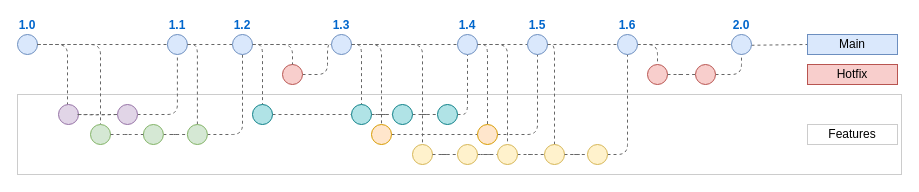
The draw.io diagram page "feature flags in tags" (1 of 4) of blog/gitflow-feature-flags.drawio in jgraph/drawio-diagrams, before the edit. Source tidied: cells renumbered, new cells numbered last; positions are measured from the earlier drawing's top-left corner, leaving out a move shared by most shapes. Both pictures are drawn from the tidied source at 100%, with x=0, y=0 at pixel (17, 34).
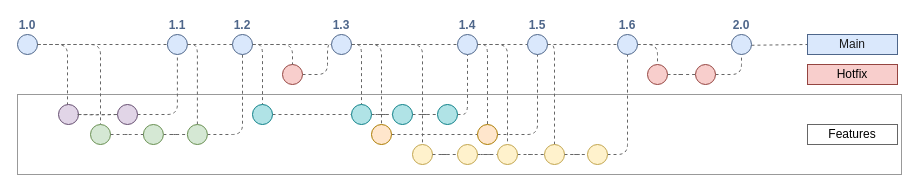
After the change.

The edit, as a diff of the source:
```diff
@@
-    <mxCell id="2" style="rounded=0;whiteSpace=wrap;html=1;fontFamily=Helvetica;fontSize=11;fillColor=none;strokeColor=#CCCCCC;" parent="1" vertex="1">
+    <mxCell id="2" style="rounded=0;whiteSpace=wrap;html=1;fontFamily=Helvetica;fontSize=11;fillColor=none;strokeColor=#999999;" parent="1" vertex="1">
       <mxGeometry y="60" width="884" height="80" as="geometry" />
     </mxCell>
@@
-    <mxCell id="4" value="1.0" style="ellipse;whiteSpace=wrap;html=1;fillColor=#dae8fc;strokeColor=#6c8ebf;fontStyle=1;labelPosition=center;verticalLabelPosition=top;align=center;verticalAlign=bottom;fontColor=#0066CC;" parent="1" vertex="1">
+    <mxCell id="4" value="1.0" style="ellipse;whiteSpace=wrap;html=1;fillColor=#dae8fc;strokeColor=#4E668A;fontStyle=1;labelPosition=center;verticalLabelPosition=top;align=center;verticalAlign=bottom;fontColor=#4E668A;" parent="1" vertex="1">
       <mxGeometry width="20" height="20" as="geometry" />
     </mxCell>
-    <mxCell id="5" value="Main" style="text;html=1;strokeColor=#6c8ebf;fillColor=#dae8fc;align=center;verticalAlign=middle;whiteSpace=wrap;rounded=0;" parent="1" vertex="1">
+    <mxCell id="5" value="Main" style="text;html=1;strokeColor=#4E668A;fillColor=#dae8fc;align=center;verticalAlign=middle;whiteSpace=wrap;rounded=0;fontColor=#1A1A1A;" parent="1" vertex="1">
       <mxGeometry x="790" width="90" height="20" as="geometry" />
     </mxCell>
@@
-    <mxCell id="8" style="ellipse;whiteSpace=wrap;html=1;fillColor=#f8cecc;strokeColor=#b85450;" parent="1" vertex="1">
+    <mxCell id="8" style="ellipse;whiteSpace=wrap;html=1;fillColor=#f8cecc;strokeColor=#944440;" parent="1" vertex="1">
       <mxGeometry x="265" y="30" width="20" height="20" as="geometry" />
     </mxCell>
@@
-    <mxCell id="10" value="Hotfix" style="text;html=1;strokeColor=#b85450;fillColor=#f8cecc;align=center;verticalAlign=middle;whiteSpace=wrap;rounded=0;" parent="1" vertex="1">
+    <mxCell id="10" value="Hotfix" style="text;html=1;strokeColor=#944440;fillColor=#f8cecc;align=center;verticalAlign=middle;whiteSpace=wrap;rounded=0;" parent="1" vertex="1">
       <mxGeometry x="790" y="30" width="90" height="20" as="geometry" />
     </mxCell>
@@
-    <mxCell id="13" value="2.0" style="ellipse;whiteSpace=wrap;html=1;fillColor=#dae8fc;strokeColor=#6c8ebf;fontStyle=1;labelPosition=center;verticalLabelPosition=top;align=center;verticalAlign=bottom;fontColor=#0066CC;" parent="1" vertex="1">
+    <mxCell id="13" value="2.0" style="ellipse;whiteSpace=wrap;html=1;fillColor=#dae8fc;strokeColor=#4E668A;fontStyle=1;labelPosition=center;verticalLabelPosition=top;align=center;verticalAlign=bottom;fontColor=#4E668A;" parent="1" vertex="1">
       <mxGeometry x="714" width="20" height="20" as="geometry" />
     </mxCell>
@@
-    <mxCell id="16" style="ellipse;whiteSpace=wrap;html=1;fontSize=10;fillColor=#e1d5e7;strokeColor=#9673a6;" parent="1" vertex="1">
+    <mxCell id="16" style="ellipse;whiteSpace=wrap;html=1;fontSize=10;fillColor=#e1d5e7;strokeColor=#654E70;" parent="1" vertex="1">
       <mxGeometry x="100" y="70" width="20" height="20" as="geometry" />
     </mxCell>
-    <mxCell id="17" style="ellipse;whiteSpace=wrap;html=1;fontSize=10;fillColor=#d5e8d4;strokeColor=#82b366;" parent="1" vertex="1">
+    <mxCell id="17" style="ellipse;whiteSpace=wrap;html=1;fontSize=10;fillColor=#d5e8d4;strokeColor=#688F51;" parent="1" vertex="1">
       <mxGeometry x="73" y="90" width="20" height="20" as="geometry" />
     </mxCell>
@@
-    <mxCell id="19" style="ellipse;whiteSpace=wrap;html=1;fontSize=10;fillColor=#d5e8d4;strokeColor=#82b366;" parent="1" vertex="1">
+    <mxCell id="19" style="ellipse;whiteSpace=wrap;html=1;fontSize=10;fillColor=#d5e8d4;strokeColor=#688F51;" parent="1" vertex="1">
       <mxGeometry x="125.9" y="90" width="20" height="20" as="geometry" />
     </mxCell>
@@
-    <mxCell id="22" style="ellipse;whiteSpace=wrap;html=1;fontSize=10;fillColor=#d5e8d4;strokeColor=#82b366;" parent="1" vertex="1">
+    <mxCell id="22" style="ellipse;whiteSpace=wrap;html=1;fontSize=10;fillColor=#d5e8d4;strokeColor=#688F51;" parent="1" vertex="1">
       <mxGeometry x="169.9" y="90" width="20" height="20" as="geometry" />
     </mxCell>
@@
-    <mxCell id="25" style="ellipse;whiteSpace=wrap;html=1;fontSize=10;fillColor=#e1d5e7;strokeColor=#9673a6;" parent="1" vertex="1">
+    <mxCell id="25" style="ellipse;whiteSpace=wrap;html=1;fontSize=10;fillColor=#e1d5e7;strokeColor=#654E70;" parent="1" vertex="1">
       <mxGeometry x="41" y="70" width="20" height="20" as="geometry" />
     </mxCell>
@@
-    <mxCell id="27" value="1.1" style="ellipse;whiteSpace=wrap;html=1;fillColor=#dae8fc;strokeColor=#6c8ebf;fontStyle=1;labelPosition=center;verticalLabelPosition=top;align=center;verticalAlign=bottom;fontColor=#0066CC;" parent="1" vertex="1">
+    <mxCell id="27" value="1.1" style="ellipse;whiteSpace=wrap;html=1;fillColor=#dae8fc;strokeColor=#4E668A;fontStyle=1;labelPosition=center;verticalLabelPosition=top;align=center;verticalAlign=bottom;fontColor=#4E668A;" parent="1" vertex="1">
       <mxGeometry x="149.9" width="20" height="20" as="geometry" />
     </mxCell>
@@
-    <mxCell id="30" value="1.2" style="ellipse;whiteSpace=wrap;html=1;fillColor=#dae8fc;strokeColor=#6c8ebf;fontStyle=1;labelPosition=center;verticalLabelPosition=top;align=center;verticalAlign=bottom;fontColor=#0066CC;" parent="1" vertex="1">
+    <mxCell id="30" value="1.2" style="ellipse;whiteSpace=wrap;html=1;fillColor=#dae8fc;strokeColor=#4E668A;fontStyle=1;labelPosition=center;verticalLabelPosition=top;align=center;verticalAlign=bottom;fontColor=#4E668A;" parent="1" vertex="1">
       <mxGeometry x="215" width="20" height="20" as="geometry" />
     </mxCell>
@@
-    <mxCell id="35" value="1.3" style="ellipse;whiteSpace=wrap;html=1;fillColor=#dae8fc;strokeColor=#6c8ebf;fontStyle=1;labelPosition=center;verticalLabelPosition=top;align=center;verticalAlign=bottom;fontColor=#0066CC;" parent="1" vertex="1">
+    <mxCell id="35" value="1.3" style="ellipse;whiteSpace=wrap;html=1;fillColor=#dae8fc;strokeColor=#4E668A;fontStyle=1;labelPosition=center;verticalLabelPosition=top;align=center;verticalAlign=bottom;fontColor=#4E668A;" parent="1" vertex="1">
       <mxGeometry x="314" width="20" height="20" as="geometry" />
     </mxCell>
@@
-    <mxCell id="45" style="ellipse;whiteSpace=wrap;html=1;fontSize=10;fillColor=#ffe6cc;strokeColor=#d79b00;" parent="1" vertex="1">
+    <mxCell id="45" style="ellipse;whiteSpace=wrap;html=1;fontSize=10;fillColor=#ffe6cc;strokeColor=#AB7B00;" parent="1" vertex="1">
       <mxGeometry x="354" y="90" width="20" height="20" as="geometry" />
     </mxCell>
@@
-    <mxCell id="47" style="ellipse;whiteSpace=wrap;html=1;fontSize=10;fillColor=#fff2cc;strokeColor=#d6b656;" parent="1" vertex="1">
+    <mxCell id="47" style="ellipse;whiteSpace=wrap;html=1;fontSize=10;fillColor=#fff2cc;strokeColor=#C2A54E;" parent="1" vertex="1">
       <mxGeometry x="395" y="110" width="20" height="20" as="geometry" />
     </mxCell>
@@
-    <mxCell id="51" value="1.4" style="ellipse;whiteSpace=wrap;html=1;fillColor=#dae8fc;strokeColor=#6c8ebf;fontStyle=1;labelPosition=center;verticalLabelPosition=top;align=center;verticalAlign=bottom;fontColor=#0066CC;" parent="1" vertex="1">
+    <mxCell id="51" value="1.4" style="ellipse;whiteSpace=wrap;html=1;fillColor=#dae8fc;strokeColor=#4E668A;fontStyle=1;labelPosition=center;verticalLabelPosition=top;align=center;verticalAlign=bottom;fontColor=#4E668A;" parent="1" vertex="1">
       <mxGeometry x="440" width="20" height="20" as="geometry" />
     </mxCell>
@@
-    <mxCell id="53" style="ellipse;whiteSpace=wrap;html=1;fontSize=10;fillColor=#ffe6cc;strokeColor=#d79b00;" parent="1" vertex="1">
+    <mxCell id="53" style="ellipse;whiteSpace=wrap;html=1;fontSize=10;fillColor=#ffe6cc;strokeColor=#AB7B00;" parent="1" vertex="1">
       <mxGeometry x="460" y="90" width="20" height="20" as="geometry" />
     </mxCell>
@@
-    <mxCell id="55" style="ellipse;whiteSpace=wrap;html=1;fontSize=10;fillColor=#fff2cc;strokeColor=#d6b656;" parent="1" vertex="1">
+    <mxCell id="55" style="ellipse;whiteSpace=wrap;html=1;fontSize=10;fillColor=#fff2cc;strokeColor=#C2A54E;" parent="1" vertex="1">
       <mxGeometry x="480" y="110" width="20" height="20" as="geometry" />
     </mxCell>
@@
-    <mxCell id="58" value="1.5" style="ellipse;whiteSpace=wrap;html=1;fillColor=#dae8fc;strokeColor=#6c8ebf;fontStyle=1;labelPosition=center;verticalLabelPosition=top;align=center;verticalAlign=bottom;fontColor=#0066CC;" parent="1" vertex="1">
+    <mxCell id="58" value="1.5" style="ellipse;whiteSpace=wrap;html=1;fillColor=#dae8fc;strokeColor=#4E668A;fontStyle=1;labelPosition=center;verticalLabelPosition=top;align=center;verticalAlign=bottom;fontColor=#4E668A;" parent="1" vertex="1">
       <mxGeometry x="510" width="20" height="20" as="geometry" />
     </mxCell>
@@
-    <mxCell id="60" style="ellipse;whiteSpace=wrap;html=1;fontSize=10;fillColor=#fff2cc;strokeColor=#d6b656;" parent="1" vertex="1">
+    <mxCell id="60" style="ellipse;whiteSpace=wrap;html=1;fontSize=10;fillColor=#fff2cc;strokeColor=#C2A54E;" parent="1" vertex="1">
       <mxGeometry x="527" y="110" width="20" height="20" as="geometry" />
     </mxCell>
@@
-    <mxCell id="63" value="1.6" style="ellipse;whiteSpace=wrap;html=1;fillColor=#dae8fc;strokeColor=#6c8ebf;fontStyle=1;labelPosition=center;verticalLabelPosition=top;align=center;verticalAlign=bottom;fontColor=#0066CC;" parent="1" vertex="1">
+    <mxCell id="63" value="1.6" style="ellipse;whiteSpace=wrap;html=1;fillColor=#dae8fc;strokeColor=#4E668A;fontStyle=1;labelPosition=center;verticalLabelPosition=top;align=center;verticalAlign=bottom;fontColor=#4E668A;" parent="1" vertex="1">
       <mxGeometry x="600" width="20" height="20" as="geometry" />
     </mxCell>
-    <mxCell id="64" style="ellipse;whiteSpace=wrap;html=1;fillColor=#f8cecc;strokeColor=#b85450;" parent="1" vertex="1">
+    <mxCell id="64" style="ellipse;whiteSpace=wrap;html=1;fillColor=#f8cecc;strokeColor=#944440;" parent="1" vertex="1">
       <mxGeometry x="630" y="30" width="20" height="20" as="geometry" />
     </mxCell>
@@
-    <mxCell id="66" style="ellipse;whiteSpace=wrap;html=1;fontSize=10;fillColor=#fff2cc;strokeColor=#d6b656;" parent="1" vertex="1">
+    <mxCell id="66" style="ellipse;whiteSpace=wrap;html=1;fontSize=10;fillColor=#fff2cc;strokeColor=#C2A54E;" parent="1" vertex="1">
       <mxGeometry x="440" y="110" width="20" height="20" as="geometry" />
     </mxCell>
@@
-    <mxCell id="68" style="ellipse;whiteSpace=wrap;html=1;fontSize=10;fillColor=#fff2cc;strokeColor=#d6b656;" parent="1" vertex="1">
+    <mxCell id="68" style="ellipse;whiteSpace=wrap;html=1;fontSize=10;fillColor=#fff2cc;strokeColor=#C2A54E;" parent="1" vertex="1">
       <mxGeometry x="570" y="110" width="20" height="20" as="geometry" />
     </mxCell>
@@
-    <mxCell id="71" style="ellipse;whiteSpace=wrap;html=1;fillColor=#f8cecc;strokeColor=#b85450;" parent="1" vertex="1">
+    <mxCell id="71" style="ellipse;whiteSpace=wrap;html=1;fillColor=#f8cecc;strokeColor=#944440;" parent="1" vertex="1">
       <mxGeometry x="678" y="30" width="20" height="20" as="geometry" />
     </mxCell>
-    <mxCell id="72" value="Features" style="text;html=1;strokeColor=#CCCCCC;fillColor=none;align=center;verticalAlign=middle;whiteSpace=wrap;rounded=0;" parent="1" vertex="1">
+    <mxCell id="72" value="Features" style="text;html=1;strokeColor=#666666;fillColor=none;align=center;verticalAlign=middle;whiteSpace=wrap;rounded=0;" parent="1" vertex="1">
       <mxGeometry x="790" y="90" width="90" height="20" as="geometry" />
     </mxCell>
```
